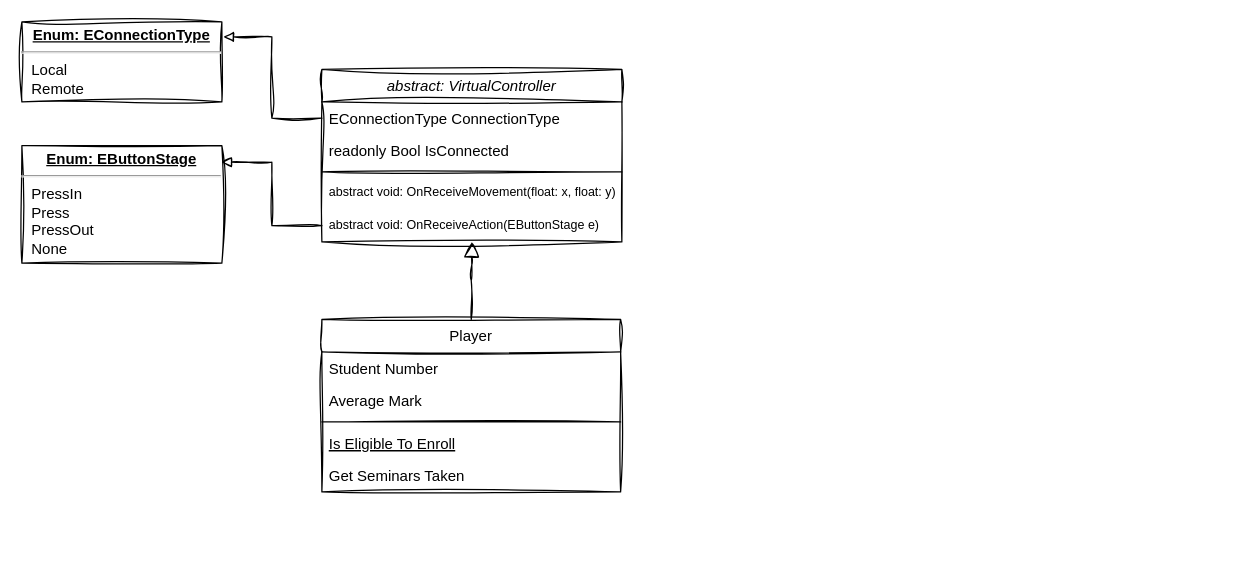
Earlier version of the draw.io diagram Remote Controller.drawio (Vusmonth/uml). Source tidied: cells renumbered, new cells numbered last; positions are measured from the earlier drawing's top-left corner, leaving out a move shared by most shapes. Both pictures are drawn from the tidied source at 125%, with x=0, y=0 at pixel (21, 21).
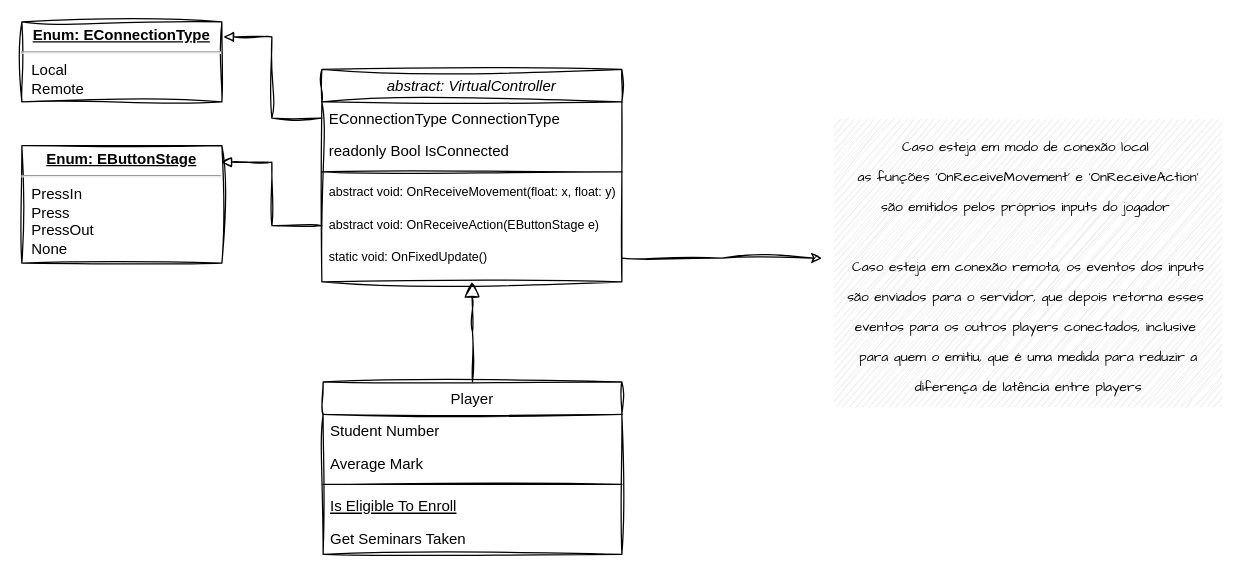
Above is the later version.

What changed in the source:
```diff
@@
     <mxCell id="2" value="abstract: VirtualController" style="swimlane;fontStyle=2;align=center;verticalAlign=top;horizontal=1;startSize=26;rounded=0;shadow=0;strokeWidth=1;sketch=1;curveFitting=1;jiggle=2;" parent="1" vertex="1">
-      <mxGeometry x="240" y="38" width="240" height="138" as="geometry" />
+      <mxGeometry x="240" y="38" width="240" height="170" as="geometry" />
     </mxCell>
@@
+    <mxCell id="19" style="edgeStyle=orthogonalEdgeStyle;rounded=0;sketch=1;hachureGap=4;jiggle=2;curveFitting=1;jettySize=auto;html=1;fontFamily=Architects Daughter;fontSize=16;" parent="2" edge="1" source="20">
+      <mxGeometry relative="1" as="geometry">
+        <mxPoint x="400" y="151" as="targetPoint" />
+      </mxGeometry>
+    </mxCell>
+    <mxCell id="20" value="static void: OnFixedUpdate()" style="text;align=left;verticalAlign=top;spacingLeft=4;spacingRight=4;overflow=hidden;points=[[0,0.5],[1,0.5]];portConstraint=eastwest;sketch=1;curveFitting=1;jiggle=2;fontSize=10;" parent="2" vertex="1">
+      <mxGeometry y="138" width="240" height="26" as="geometry" />
+    </mxCell>
     <mxCell id="8" value="Player" style="swimlane;fontStyle=0;align=center;verticalAlign=top;horizontal=1;startSize=26;rounded=0;shadow=0;strokeWidth=1;sketch=1;curveFitting=1;jiggle=2;" parent="1" vertex="1">
-      <mxGeometry x="240" y="238" width="239" height="138" as="geometry" />
+      <mxGeometry x="241" y="288" width="239" height="138" as="geometry" />
     </mxCell>
@@
+    <mxCell id="21" value="&lt;div style=&quot;&quot;&gt;&lt;span style=&quot;font-size: 11px; background-color: initial;&quot;&gt;Caso esteja em modo de conexão local&amp;nbsp;&lt;/span&gt;&lt;/div&gt;&lt;font style=&quot;font-size: 11px;&quot;&gt;as funções 'OnReceiveMovement' e 'OnReceiveAction'&lt;br&gt;são emitidos pelos próprios inputs do jogador&amp;nbsp;&lt;br&gt;&lt;br&gt;Caso esteja em conexão remota, os eventos dos inputs&lt;br&gt;são enviados para o servidor, que depois retorna esses&amp;nbsp;&lt;br&gt;eventos para os outros players conectados, inclusive&amp;nbsp;&lt;br&gt;para quem o emitiu, que é uma medida para reduzir a&lt;br&gt;diferença de latência entre players&lt;br&gt;&lt;/font&gt;" style="text;html=1;align=center;verticalAlign=middle;strokeColor=none;fillColor=#E8E8E8;fontSize=20;fontFamily=Architects Daughter;shadow=0;glass=0;sketch=1;curveFitting=1;jiggle=2;fillStyle=auto;gradientColor=none;" parent="1" vertex="1">
+      <mxGeometry x="650" y="78" width="310" height="230" as="geometry" />
+    </mxCell>
```
